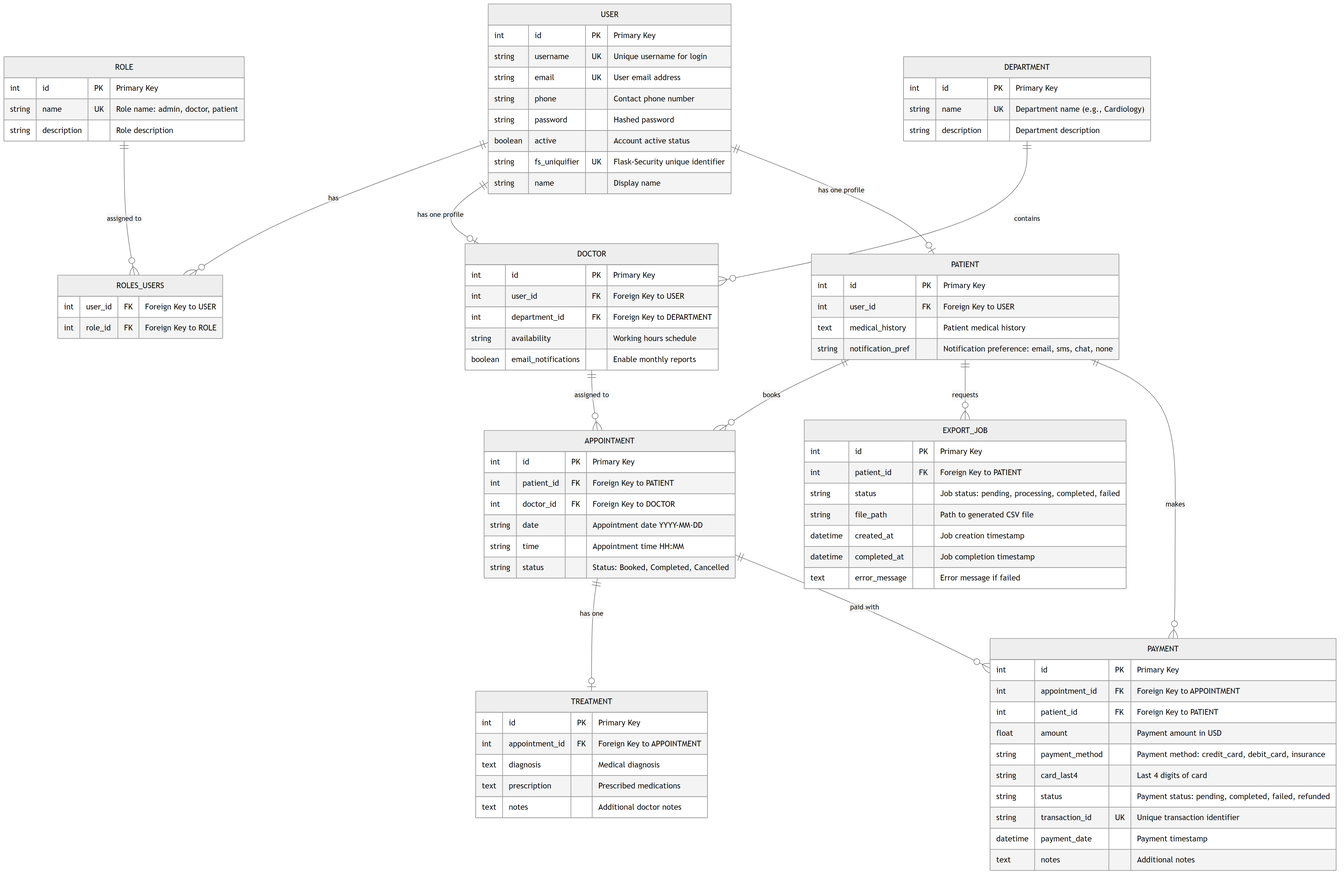
This is er_diagram.png from 990aa/hospital-operations-system, a Mermaid export, as it was before one commit. Its source is kept beside it as er_diagram.mmd.
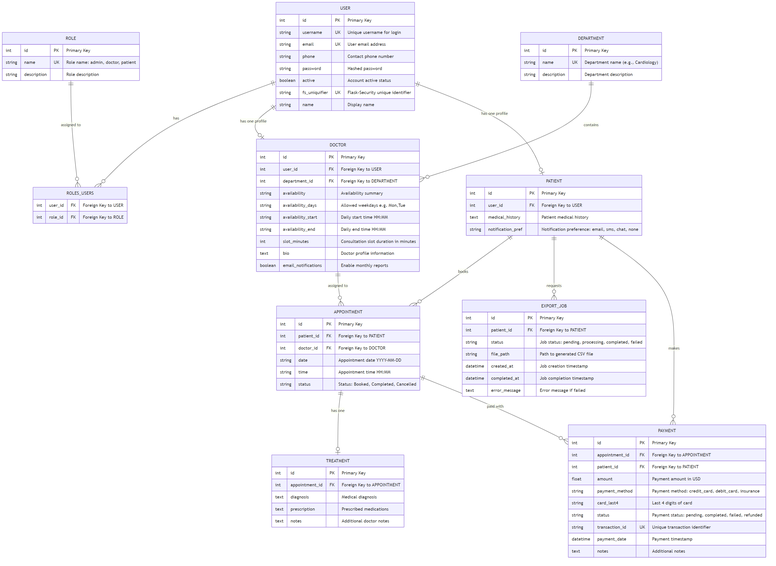
After the commit.

Change to the diagram source:
```diff
@@ -48,7 +48,12 @@
         int id PK "Primary Key"
         int user_id FK "Foreign Key to USER"
         int department_id FK "Foreign Key to DEPARTMENT"
-        string availability "Working hours schedule"
+        string availability "Availability summary"
+        string availability_days "Allowed weekdays e.g. Mon,Tue"
+        string availability_start "Daily start time HH:MM"
+        string availability_end "Daily end time HH:MM"
+        int slot_minutes "Consultation slot duration in minutes"
+        text bio "Doctor profile information"
         boolean email_notifications "Enable monthly reports"
     }
 
```
